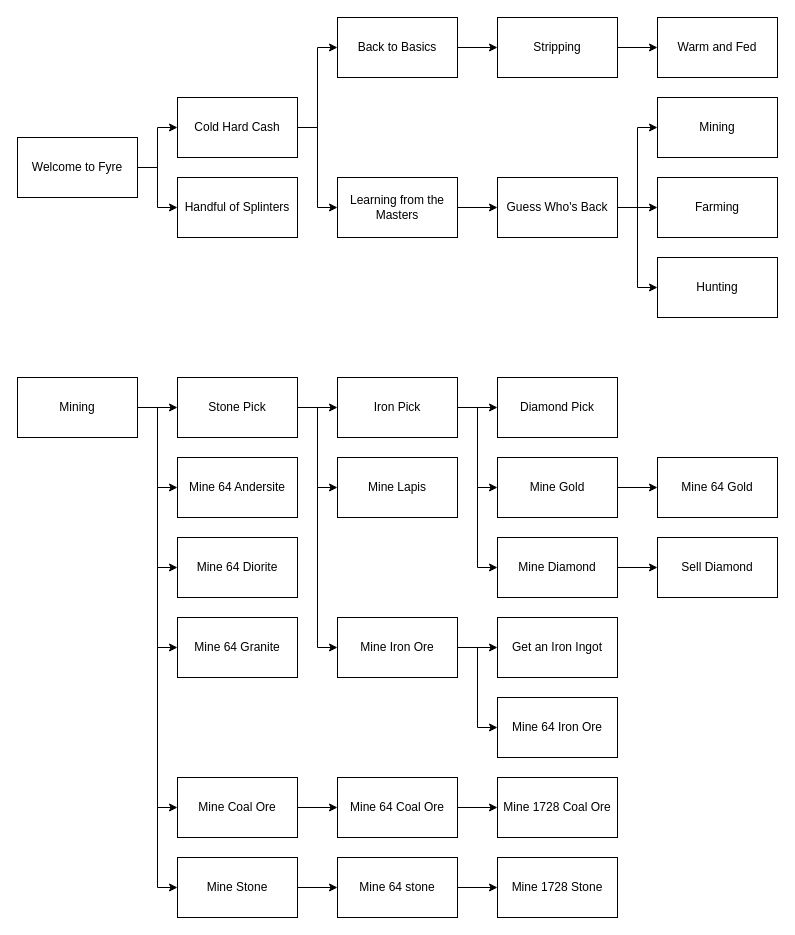
Earlier version of the draw.io diagram docs/img/Advancements.drawio (the-dwellers/Fyre). Source tidied: cells renumbered, new cells numbered last; positions are measured from the earlier drawing's top-left corner, leaving out a move shared by most shapes. Both pictures are drawn from the tidied source at 100%, with x=0, y=0 at pixel (17, 17).
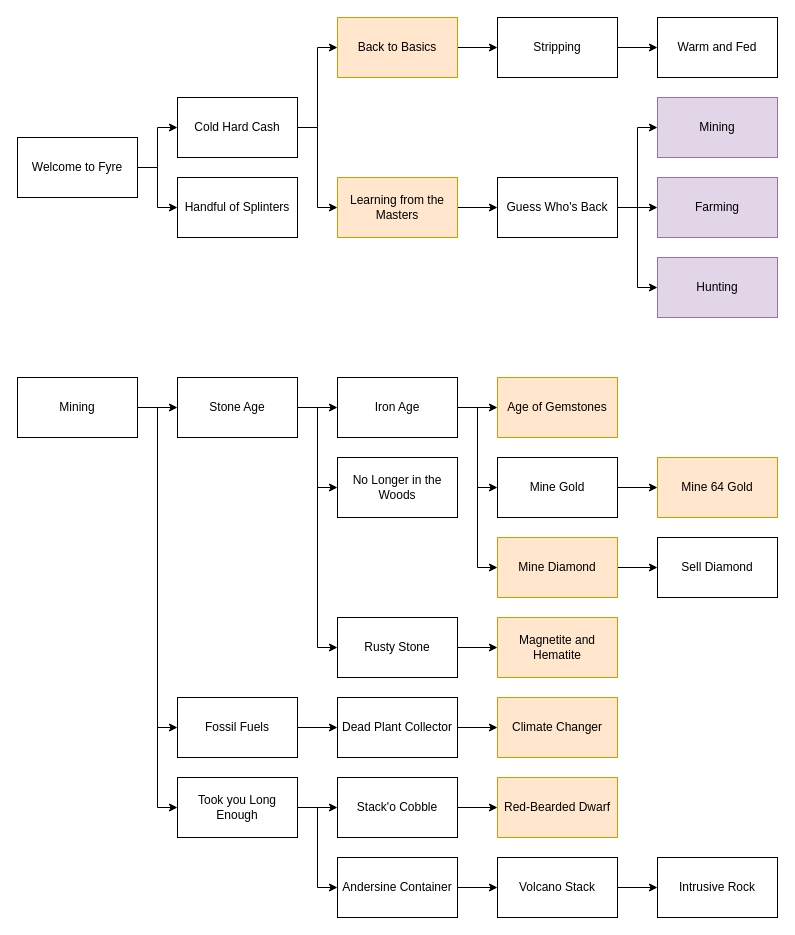
The same page after the edit.

Unchanged cells that the change refers to:
```xml
<mxCell id="29" value="Mining" style="rounded=0;whiteSpace=wrap;html=1;" parent="1" vertex="1">
  <mxGeometry y="360" width="120" height="60" as="geometry" />
</mxCell>
```

Diff of the diagram source:
```diff
@@
-    <mxCell id="10" value="Learning from the Masters" style="rounded=0;whiteSpace=wrap;html=1;" parent="1" vertex="1">
+    <mxCell id="10" value="Learning from the Masters" style="rounded=0;whiteSpace=wrap;html=1;fillColor=#ffe6cc;strokeColor=#d79b00;" parent="1" vertex="1">
       <mxGeometry x="320" y="160" width="120" height="60" as="geometry" />
     </mxCell>
@@
-    <mxCell id="12" value="Back to Basics" style="rounded=0;whiteSpace=wrap;html=1;" parent="1" vertex="1">
+    <mxCell id="12" value="Back to Basics" style="rounded=0;whiteSpace=wrap;html=1;fillColor=#ffe6cc;strokeColor=#d79b00;" parent="1" vertex="1">
       <mxGeometry x="320" width="120" height="60" as="geometry" />
     </mxCell>
@@
-    <mxCell id="19" value="Mining" style="rounded=0;whiteSpace=wrap;html=1;" parent="1" vertex="1">
+    <mxCell id="19" value="Mining" style="rounded=0;whiteSpace=wrap;html=1;fillColor=#e1d5e7;strokeColor=#9673a6;" parent="1" vertex="1">
       <mxGeometry x="640" y="80" width="120" height="60" as="geometry" />
     </mxCell>
@@
-    <mxCell id="21" value="Farming" style="rounded=0;whiteSpace=wrap;html=1;" parent="1" vertex="1">
+    <mxCell id="21" value="Farming" style="rounded=0;whiteSpace=wrap;html=1;fillColor=#e1d5e7;strokeColor=#9673a6;" parent="1" vertex="1">
       <mxGeometry x="640" y="160" width="120" height="60" as="geometry" />
     </mxCell>
-    <mxCell id="22" value="Hunting" style="rounded=0;whiteSpace=wrap;html=1;" parent="1" vertex="1">
+    <mxCell id="22" value="Hunting" style="rounded=0;whiteSpace=wrap;html=1;fillColor=#e1d5e7;strokeColor=#9673a6;" parent="1" vertex="1">
       <mxGeometry x="640" y="240" width="120" height="60" as="geometry" />
     </mxCell>
@@
-    <mxCell id="25" style="edgeStyle=orthogonalEdgeStyle;rounded=0;jettySize=auto;html=1;exitX=1;exitY=0.5;exitDx=0;exitDy=0;entryX=0;entryY=0.5;entryDx=0;entryDy=0;" parent="1" edge="1" source="29" target="43">
-      <mxGeometry relative="1" as="geometry" />
-    </mxCell>
-    <mxCell id="26" style="edgeStyle=orthogonalEdgeStyle;rounded=0;jettySize=auto;html=1;exitX=1;exitY=0.5;exitDx=0;exitDy=0;entryX=0;entryY=0.5;entryDx=0;entryDy=0;" parent="1" edge="1" source="29" target="44">
-      <mxGeometry relative="1" as="geometry" />
-    </mxCell>
-    <mxCell id="27" style="edgeStyle=orthogonalEdgeStyle;rounded=0;jettySize=auto;html=1;exitX=1;exitY=0.5;exitDx=0;exitDy=0;entryX=0;entryY=0.5;entryDx=0;entryDy=0;" parent="1" edge="1" source="29" target="45">
-      <mxGeometry relative="1" as="geometry" />
-    </mxCell>
@@
+    <mxCell id="64" style="edgeStyle=orthogonalEdgeStyle;rounded=0;jettySize=auto;html=1;exitX=1;exitY=0.5;exitDx=0;exitDy=0;entryX=0;entryY=0.5;entryDx=0;entryDy=0;" parent="1" edge="1" source="31" target="44">
+      <mxGeometry relative="1" as="geometry" />
+    </mxCell>
-    <mxCell id="31" value="Mine Stone" style="rounded=0;whiteSpace=wrap;html=1;" parent="1" vertex="1">
-      <mxGeometry x="160" y="840" width="120" height="60" as="geometry" />
+    <mxCell id="31" value="Took you Long Enough" style="rounded=0;whiteSpace=wrap;html=1;" parent="1" vertex="1">
+      <mxGeometry x="160" y="760" width="120" height="60" as="geometry" />
     </mxCell>
@@
-    <mxCell id="35" value="Stone Pick" style="rounded=0;whiteSpace=wrap;html=1;" parent="1" vertex="1">
+    <mxCell id="35" value="Stone Age" style="rounded=0;whiteSpace=wrap;html=1;" parent="1" vertex="1">
       <mxGeometry x="160" y="360" width="120" height="60" as="geometry" />
     </mxCell>
@@
-    <mxCell id="39" value="Iron Pick" style="rounded=0;whiteSpace=wrap;html=1;" parent="1" vertex="1">
+    <mxCell id="39" value="Iron Age" style="rounded=0;whiteSpace=wrap;html=1;" parent="1" vertex="1">
       <mxGeometry x="320" y="360" width="120" height="60" as="geometry" />
     </mxCell>
-    <mxCell id="40" value="Diamond Pick" style="rounded=0;whiteSpace=wrap;html=1;" parent="1" vertex="1">
+    <mxCell id="40" value="Age of Gemstones" style="rounded=0;whiteSpace=wrap;html=1;fillColor=#ffe6cc;strokeColor=#d79b00;" parent="1" vertex="1">
       <mxGeometry x="480" y="360" width="120" height="60" as="geometry" />
     </mxCell>
@@
-    <mxCell id="42" value="Mine 64 stone" style="rounded=0;whiteSpace=wrap;html=1;" parent="1" vertex="1">
-      <mxGeometry x="320" y="840" width="120" height="60" as="geometry" />
+    <mxCell id="42" value="Stack'o Cobble" style="rounded=0;whiteSpace=wrap;html=1;" parent="1" vertex="1">
+      <mxGeometry x="320" y="760" width="120" height="60" as="geometry" />
     </mxCell>
+    <mxCell id="65" style="edgeStyle=orthogonalEdgeStyle;rounded=0;jettySize=auto;html=1;exitX=1;exitY=0.5;exitDx=0;exitDy=0;" parent="1" edge="1" source="43" target="45">
+      <mxGeometry relative="1" as="geometry" />
+    </mxCell>
-    <mxCell id="43" value="Mine 64 Andersite" style="rounded=0;whiteSpace=wrap;html=1;" parent="1" vertex="1">
-      <mxGeometry x="160" y="440" width="120" height="60" as="geometry" />
+    <mxCell id="43" value="Volcano Stack" style="rounded=0;whiteSpace=wrap;html=1;" parent="1" vertex="1">
+      <mxGeometry x="480" y="840" width="120" height="60" as="geometry" />
     </mxCell>
+    <mxCell id="66" style="edgeStyle=orthogonalEdgeStyle;rounded=0;jettySize=auto;html=1;exitX=1;exitY=0.5;exitDx=0;exitDy=0;" parent="1" edge="1" source="44" target="43">
+      <mxGeometry relative="1" as="geometry" />
+    </mxCell>
-    <mxCell id="44" value="Mine 64 Diorite" style="rounded=0;whiteSpace=wrap;html=1;" parent="1" vertex="1">
-      <mxGeometry x="160" y="520" width="120" height="60" as="geometry" />
+    <mxCell id="44" value="Andersine Container" style="rounded=0;whiteSpace=wrap;html=1;" parent="1" vertex="1">
+      <mxGeometry x="320" y="840" width="120" height="60" as="geometry" />
     </mxCell>
-    <mxCell id="45" value="Mine 64 Granite" style="rounded=0;whiteSpace=wrap;html=1;" parent="1" vertex="1">
-      <mxGeometry x="160" y="600" width="120" height="60" as="geometry" />
+    <mxCell id="45" value="Intrusive Rock" style="rounded=0;whiteSpace=wrap;html=1;" parent="1" vertex="1">
+      <mxGeometry x="640" y="840" width="120" height="60" as="geometry" />
     </mxCell>
@@
-    <mxCell id="47" value="Mine Coal Ore" style="rounded=0;whiteSpace=wrap;html=1;" parent="1" vertex="1">
-      <mxGeometry x="160" y="760" width="120" height="60" as="geometry" />
+    <mxCell id="47" value="Fossil Fuels" style="rounded=0;whiteSpace=wrap;html=1;" parent="1" vertex="1">
+      <mxGeometry x="160" y="680" width="120" height="60" as="geometry" />
     </mxCell>
@@
-    <mxCell id="49" value="Mine 64 Coal Ore" style="rounded=0;whiteSpace=wrap;html=1;" parent="1" vertex="1">
-      <mxGeometry x="320" y="760" width="120" height="60" as="geometry" />
+    <mxCell id="49" value="Dead Plant Collector" style="rounded=0;whiteSpace=wrap;html=1;" parent="1" vertex="1">
+      <mxGeometry x="320" y="680" width="120" height="60" as="geometry" />
     </mxCell>
-    <mxCell id="50" value="Mine 1728 Coal Ore" style="rounded=0;whiteSpace=wrap;html=1;" parent="1" vertex="1">
-      <mxGeometry x="480" y="760" width="120" height="60" as="geometry" />
+    <mxCell id="50" value="Climate Changer" style="rounded=0;whiteSpace=wrap;html=1;fillColor=#ffe6cc;strokeColor=#d79b00;" parent="1" vertex="1">
+      <mxGeometry x="480" y="680" width="120" height="60" as="geometry" />
     </mxCell>
-    <mxCell id="51" style="edgeStyle=orthogonalEdgeStyle;rounded=0;jettySize=auto;html=1;exitX=1;exitY=0.5;exitDx=0;exitDy=0;entryX=0;entryY=0.5;entryDx=0;entryDy=0;" parent="1" edge="1" source="53" target="54">
-      <mxGeometry relative="1" as="geometry" />
-    </mxCell>
@@
-    <mxCell id="53" value="Mine Iron Ore" style="rounded=0;whiteSpace=wrap;html=1;" parent="1" vertex="1">
+    <mxCell id="53" value="Rusty Stone" style="rounded=0;whiteSpace=wrap;html=1;" parent="1" vertex="1">
       <mxGeometry x="320" y="600" width="120" height="60" as="geometry" />
     </mxCell>
-    <mxCell id="54" value="Get an Iron Ingot" style="rounded=0;whiteSpace=wrap;html=1;" parent="1" vertex="1">
-      <mxGeometry x="480" y="600" width="120" height="60" as="geometry" />
-    </mxCell>
-    <mxCell id="55" value="Mine 64 Iron Ore" style="rounded=0;whiteSpace=wrap;html=1;" parent="1" vertex="1">
-      <mxGeometry x="480" y="680" width="120" height="60" as="geometry" />
+    <mxCell id="55" value="Magnetite and Hematite" style="rounded=0;whiteSpace=wrap;html=1;fillColor=#ffe6cc;strokeColor=#d79b00;" parent="1" vertex="1">
+      <mxGeometry x="480" y="600" width="120" height="60" as="geometry" />
     </mxCell>
-    <mxCell id="56" value="Mine Lapis" style="rounded=0;whiteSpace=wrap;html=1;" parent="1" vertex="1">
+    <mxCell id="56" value="No Longer in the Woods" style="rounded=0;whiteSpace=wrap;html=1;" parent="1" vertex="1">
       <mxGeometry x="320" y="440" width="120" height="60" as="geometry" />
     </mxCell>
-    <mxCell id="57" value="Mine 1728 Stone" style="rounded=0;whiteSpace=wrap;html=1;" parent="1" vertex="1">
-      <mxGeometry x="480" y="840" width="120" height="60" as="geometry" />
+    <mxCell id="57" value="Red-Bearded Dwarf" style="rounded=0;whiteSpace=wrap;html=1;fillColor=#ffe6cc;strokeColor=#d79b00;" parent="1" vertex="1">
+      <mxGeometry x="480" y="760" width="120" height="60" as="geometry" />
     </mxCell>
@@
-    <mxCell id="60" value="Mine 64 Gold" style="rounded=0;whiteSpace=wrap;html=1;" parent="1" vertex="1">
+    <mxCell id="60" value="Mine 64 Gold" style="rounded=0;whiteSpace=wrap;html=1;fillColor=#ffe6cc;strokeColor=#d79b00;" parent="1" vertex="1">
       <mxGeometry x="640" y="440" width="120" height="60" as="geometry" />
     </mxCell>
@@
-    <mxCell id="62" value="Mine Diamond" style="rounded=0;whiteSpace=wrap;html=1;" parent="1" vertex="1">
+    <mxCell id="62" value="Mine Diamond" style="rounded=0;whiteSpace=wrap;html=1;fillColor=#ffe6cc;strokeColor=#d79b00;" parent="1" vertex="1">
       <mxGeometry x="480" y="520" width="120" height="60" as="geometry" />
     </mxCell>
```
